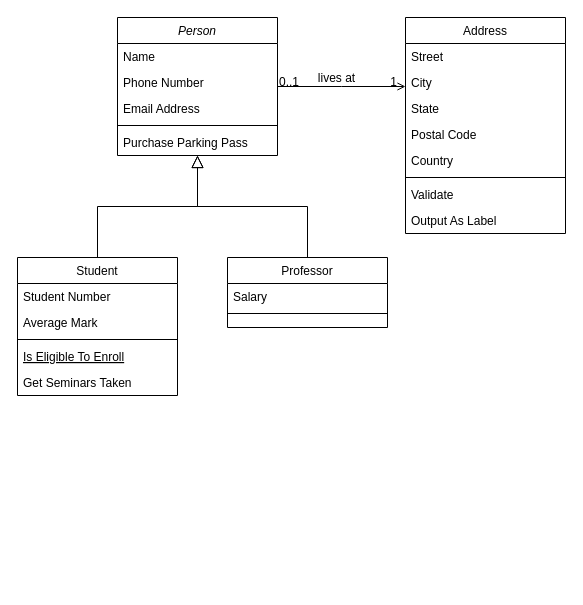
Earlier version of the draw.io diagram Diagramas Clases/Proyecto SO1.drawio (delarocafrankUMG/ProyectoAS1). Source tidied: cells renumbered, new cells numbered last; positions are measured from the earlier drawing's top-left corner, leaving out a move shared by most shapes. Both pictures are drawn from the tidied source at 100%, with x=0, y=0 at pixel (17, 17).
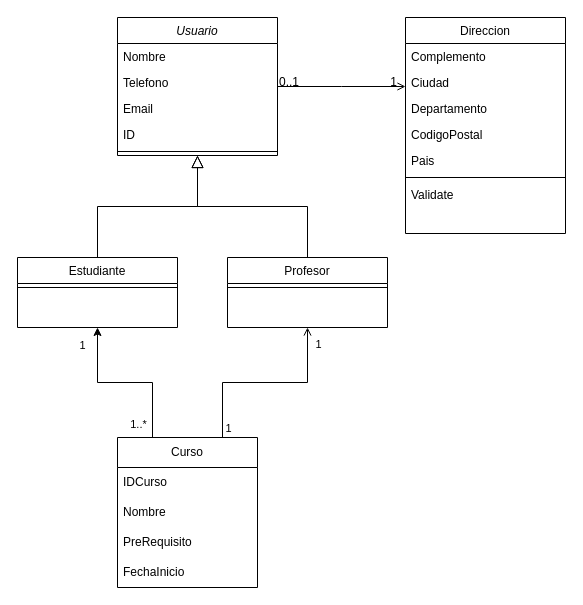
Above is the later version.

Commit message:
Diagrama de Clases V2

The change refers to these unchanged cells:
```xml
<mxCell id="28" style="endArrow=open;shadow=0;strokeWidth=1;rounded=0;endFill=1;edgeStyle=elbowEdgeStyle;elbow=vertical;" parent="1" edge="1" source="2" target="19">
  <mxGeometry x="0.5" y="41" relative="1" as="geometry">
    <mxPoint x="-40" y="32" as="offset" />
  </mxGeometry>
</mxCell>
```

What changed in the source:
```diff
@@
-    <mxCell id="2" value="Person" style="swimlane;fontStyle=2;align=center;verticalAlign=top;horizontal=1;startSize=26;rounded=0;shadow=0;strokeWidth=1;" parent="1" vertex="1">
+    <mxCell id="2" value="Usuario" style="swimlane;fontStyle=2;align=center;verticalAlign=top;horizontal=1;startSize=26;rounded=0;shadow=0;strokeWidth=1;" parent="1" vertex="1">
       <mxGeometry x="100" width="160" height="138" as="geometry" />
     </mxCell>
-    <mxCell id="3" value="Name" style="text;align=left;verticalAlign=top;spacingLeft=4;spacingRight=4;overflow=hidden;" parent="2" vertex="1">
+    <mxCell id="3" value="Nombre" style="text;align=left;verticalAlign=top;spacingLeft=4;spacingRight=4;overflow=hidden;" parent="2" vertex="1">
       <mxGeometry y="26" width="160" height="26" as="geometry" />
     </mxCell>
-    <mxCell id="4" value="Phone Number" style="text;align=left;verticalAlign=top;spacingLeft=4;spacingRight=4;overflow=hidden;rounded=0;shadow=0;html=0;" parent="2" vertex="1">
+    <mxCell id="4" value="Telefono" style="text;align=left;verticalAlign=top;spacingLeft=4;spacingRight=4;overflow=hidden;rounded=0;shadow=0;html=0;" parent="2" vertex="1">
       <mxGeometry y="52" width="160" height="26" as="geometry" />
     </mxCell>
-    <mxCell id="5" value="Email Address" style="text;align=left;verticalAlign=top;spacingLeft=4;spacingRight=4;overflow=hidden;rounded=0;shadow=0;html=0;" parent="2" vertex="1">
+    <mxCell id="5" value="Email" style="text;align=left;verticalAlign=top;spacingLeft=4;spacingRight=4;overflow=hidden;rounded=0;shadow=0;html=0;" parent="2" vertex="1">
       <mxGeometry y="78" width="160" height="26" as="geometry" />
     </mxCell>
+    <mxCell id="32" value="ID" style="text;align=left;verticalAlign=top;spacingLeft=4;spacingRight=4;overflow=hidden;rounded=0;shadow=0;html=0;" parent="2" vertex="1">
+      <mxGeometry y="104" width="160" height="26" as="geometry" />
+    </mxCell>
     <mxCell id="6" style="line;html=1;strokeWidth=1;align=left;verticalAlign=middle;spacingTop=-1;spacingLeft=3;spacingRight=3;labelPosition=right;" parent="2" vertex="1">
-      <mxGeometry y="104" width="160" height="8" as="geometry" />
+      <mxGeometry y="130" width="160" height="8" as="geometry" />
     </mxCell>
-    <mxCell id="7" value="Purchase Parking Pass" style="text;align=left;verticalAlign=top;spacingLeft=4;spacingRight=4;overflow=hidden;" parent="2" vertex="1">
-      <mxGeometry y="112" width="160" height="26" as="geometry" />
-    </mxCell>
-    <mxCell id="8" value="Student" style="swimlane;fontStyle=0;align=center;verticalAlign=top;horizontal=1;startSize=26;rounded=0;shadow=0;strokeWidth=1;" parent="1" vertex="1">
-      <mxGeometry y="240" width="160" height="138" as="geometry" />
+    <mxCell id="8" value="Estudiante" style="swimlane;fontStyle=0;align=center;verticalAlign=top;horizontal=1;startSize=26;rounded=0;shadow=0;strokeWidth=1;" parent="1" vertex="1">
+      <mxGeometry y="240" width="160" height="70" as="geometry" />
     </mxCell>
-    <mxCell id="9" value="Student Number" style="text;align=left;verticalAlign=top;spacingLeft=4;spacingRight=4;overflow=hidden;" parent="8" vertex="1">
-      <mxGeometry y="26" width="160" height="26" as="geometry" />
-    </mxCell>
-    <mxCell id="10" value="Average Mark" style="text;align=left;verticalAlign=top;spacingLeft=4;spacingRight=4;overflow=hidden;rounded=0;shadow=0;html=0;" parent="8" vertex="1">
-      <mxGeometry y="52" width="160" height="26" as="geometry" />
-    </mxCell>
     <mxCell id="11" style="line;html=1;strokeWidth=1;align=left;verticalAlign=middle;spacingTop=-1;spacingLeft=3;spacingRight=3;labelPosition=right;" parent="8" vertex="1">
-      <mxGeometry y="78" width="160" height="8" as="geometry" />
+      <mxGeometry y="26" width="160" height="8" as="geometry" />
     </mxCell>
-    <mxCell id="12" value="Is Eligible To Enroll" style="text;align=left;verticalAlign=top;spacingLeft=4;spacingRight=4;overflow=hidden;fontStyle=4;" parent="8" vertex="1">
-      <mxGeometry y="86" width="160" height="26" as="geometry" />
-    </mxCell>
-    <mxCell id="13" value="Get Seminars Taken" style="text;align=left;verticalAlign=top;spacingLeft=4;spacingRight=4;overflow=hidden;" parent="8" vertex="1">
-      <mxGeometry y="112" width="160" height="26" as="geometry" />
-    </mxCell>
@@
-    <mxCell id="15" value="Professor" style="swimlane;fontStyle=0;align=center;verticalAlign=top;horizontal=1;startSize=26;rounded=0;shadow=0;strokeWidth=1;" parent="1" vertex="1">
+    <mxCell id="15" value="Profesor" style="swimlane;fontStyle=0;align=center;verticalAlign=top;horizontal=1;startSize=26;rounded=0;shadow=0;strokeWidth=1;" parent="1" vertex="1">
       <mxGeometry x="210" y="240" width="160" height="70" as="geometry" />
     </mxCell>
-    <mxCell id="16" value="Salary" style="text;align=left;verticalAlign=top;spacingLeft=4;spacingRight=4;overflow=hidden;" parent="15" vertex="1">
-      <mxGeometry y="26" width="160" height="26" as="geometry" />
-    </mxCell>
     <mxCell id="17" style="line;html=1;strokeWidth=1;align=left;verticalAlign=middle;spacingTop=-1;spacingLeft=3;spacingRight=3;labelPosition=right;" parent="15" vertex="1">
-      <mxGeometry y="52" width="160" height="8" as="geometry" />
+      <mxGeometry y="26" width="160" height="8" as="geometry" />
     </mxCell>
@@
-    <mxCell id="19" value="Address" style="swimlane;fontStyle=0;align=center;verticalAlign=top;horizontal=1;startSize=26;rounded=0;shadow=0;strokeWidth=1;" parent="1" vertex="1">
+    <mxCell id="19" value="Direccion" style="swimlane;fontStyle=0;align=center;verticalAlign=top;horizontal=1;startSize=26;rounded=0;shadow=0;strokeWidth=1;" parent="1" vertex="1">
       <mxGeometry x="388" width="160" height="216" as="geometry" />
     </mxCell>
-    <mxCell id="20" value="Street" style="text;align=left;verticalAlign=top;spacingLeft=4;spacingRight=4;overflow=hidden;" parent="19" vertex="1">
+    <mxCell id="20" value="Complemento" style="text;align=left;verticalAlign=top;spacingLeft=4;spacingRight=4;overflow=hidden;" parent="19" vertex="1">
       <mxGeometry y="26" width="160" height="26" as="geometry" />
     </mxCell>
-    <mxCell id="21" value="City" style="text;align=left;verticalAlign=top;spacingLeft=4;spacingRight=4;overflow=hidden;rounded=0;shadow=0;html=0;" parent="19" vertex="1">
+    <mxCell id="21" value="Ciudad" style="text;align=left;verticalAlign=top;spacingLeft=4;spacingRight=4;overflow=hidden;rounded=0;shadow=0;html=0;" parent="19" vertex="1">
       <mxGeometry y="52" width="160" height="26" as="geometry" />
     </mxCell>
-    <mxCell id="22" value="State" style="text;align=left;verticalAlign=top;spacingLeft=4;spacingRight=4;overflow=hidden;rounded=0;shadow=0;html=0;" parent="19" vertex="1">
+    <mxCell id="22" value="Departamento" style="text;align=left;verticalAlign=top;spacingLeft=4;spacingRight=4;overflow=hidden;rounded=0;shadow=0;html=0;" parent="19" vertex="1">
       <mxGeometry y="78" width="160" height="26" as="geometry" />
     </mxCell>
-    <mxCell id="23" value="Postal Code" style="text;align=left;verticalAlign=top;spacingLeft=4;spacingRight=4;overflow=hidden;rounded=0;shadow=0;html=0;" parent="19" vertex="1">
+    <mxCell id="23" value="CodigoPostal" style="text;align=left;verticalAlign=top;spacingLeft=4;spacingRight=4;overflow=hidden;rounded=0;shadow=0;html=0;" parent="19" vertex="1">
       <mxGeometry y="104" width="160" height="26" as="geometry" />
     </mxCell>
-    <mxCell id="24" value="Country" style="text;align=left;verticalAlign=top;spacingLeft=4;spacingRight=4;overflow=hidden;rounded=0;shadow=0;html=0;" parent="19" vertex="1">
+    <mxCell id="24" value="Pais" style="text;align=left;verticalAlign=top;spacingLeft=4;spacingRight=4;overflow=hidden;rounded=0;shadow=0;html=0;" parent="19" vertex="1">
       <mxGeometry y="130" width="160" height="26" as="geometry" />
     </mxCell>
@@
-    <mxCell id="27" value="Output As Label" style="text;align=left;verticalAlign=top;spacingLeft=4;spacingRight=4;overflow=hidden;" parent="19" vertex="1">
-      <mxGeometry y="190" width="160" height="26" as="geometry" />
-    </mxCell>
@@
-    <mxCell id="31" value="lives at" style="text;html=1;align=center;verticalAlign=middle;labelBackgroundColor=none;rounded=0;shadow=0;strokeWidth=1;fontSize=12;" parent="28" vertex="1">
-      <mxGeometry x="0.5" y="49" relative="1" as="geometry">
-        <mxPoint x="-38" y="40" as="offset" />
-      </mxGeometry>
-    </mxCell>
+    <mxCell id="33" style="edgeStyle=orthogonalEdgeStyle;rounded=0;jettySize=auto;html=1;exitX=0.75;exitY=0;exitDx=0;exitDy=0;entryX=0.5;entryY=1;entryDx=0;entryDy=0;endArrow=open;endFill=0;" parent="1" edge="1" source="39" target="15">
+      <mxGeometry relative="1" as="geometry">
+        <Array as="points">
+          <mxPoint x="205" y="365" />
+          <mxPoint x="290" y="365" />
+        </Array>
+      </mxGeometry>
+    </mxCell>
+    <mxCell id="34" value="1" style="edgeLabel;html=1;align=center;verticalAlign=middle;" parent="33" vertex="1">
+      <mxGeometry x="-0.84" y="3" relative="1" as="geometry">
+        <mxPoint x="8" y="6" as="offset" />
+      </mxGeometry>
+    </mxCell>
+    <mxCell id="35" value="1" style="edgeLabel;html=1;align=center;verticalAlign=middle;" parent="33" vertex="1">
+      <mxGeometry x="0.84" y="-3" relative="1" as="geometry">
+        <mxPoint x="7" as="offset" />
+      </mxGeometry>
+    </mxCell>
+    <mxCell id="36" style="edgeStyle=orthogonalEdgeStyle;rounded=0;jettySize=auto;html=1;exitX=0.25;exitY=0;exitDx=0;exitDy=0;entryX=0.5;entryY=1;entryDx=0;entryDy=0;" parent="1" edge="1" source="39" target="8">
+      <mxGeometry relative="1" as="geometry" />
+    </mxCell>
+    <mxCell id="37" value="1..*" style="edgeLabel;html=1;align=center;verticalAlign=middle;" parent="36" vertex="1">
+      <mxGeometry x="-0.83" relative="1" as="geometry">
+        <mxPoint x="-15" as="offset" />
+      </mxGeometry>
+    </mxCell>
+    <mxCell id="38" value="1" style="edgeLabel;html=1;align=center;verticalAlign=middle;" parent="36" vertex="1">
+      <mxGeometry x="0.79" relative="1" as="geometry">
+        <mxPoint x="-16" as="offset" />
+      </mxGeometry>
+    </mxCell>
+    <mxCell id="39" value="Curso" style="swimlane;fontStyle=0;horizontal=1;startSize=30;whiteSpace=wrap;html=1;gradientColor=default;fillColor=none;swimlaneLine=1;shadow=0;glass=0;" parent="1" vertex="1">
+      <mxGeometry x="100" y="420" width="140" height="150" as="geometry" />
+    </mxCell>
+    <mxCell id="40" value="IDCurso" style="text;strokeColor=none;fillColor=none;align=left;verticalAlign=middle;spacingLeft=4;spacingRight=4;overflow=hidden;whiteSpace=wrap;html=1;" parent="39" vertex="1">
+      <mxGeometry y="30" width="140" height="30" as="geometry" />
+    </mxCell>
+    <mxCell id="41" value="Nombre" style="text;strokeColor=none;fillColor=none;align=left;verticalAlign=middle;spacingLeft=4;spacingRight=4;overflow=hidden;whiteSpace=wrap;html=1;" parent="39" vertex="1">
+      <mxGeometry y="60" width="140" height="30" as="geometry" />
+    </mxCell>
+    <mxCell id="42" value="PreRequisito" style="text;strokeColor=none;fillColor=none;align=left;verticalAlign=middle;spacingLeft=4;spacingRight=4;overflow=hidden;whiteSpace=wrap;html=1;" parent="39" vertex="1">
+      <mxGeometry y="90" width="140" height="30" as="geometry" />
+    </mxCell>
+    <mxCell id="43" value="FechaInicio" style="text;strokeColor=none;fillColor=none;align=left;verticalAlign=middle;spacingLeft=4;spacingRight=4;overflow=hidden;whiteSpace=wrap;html=1;" parent="39" vertex="1">
+      <mxGeometry y="120" width="140" height="30" as="geometry" />
+    </mxCell>
```
